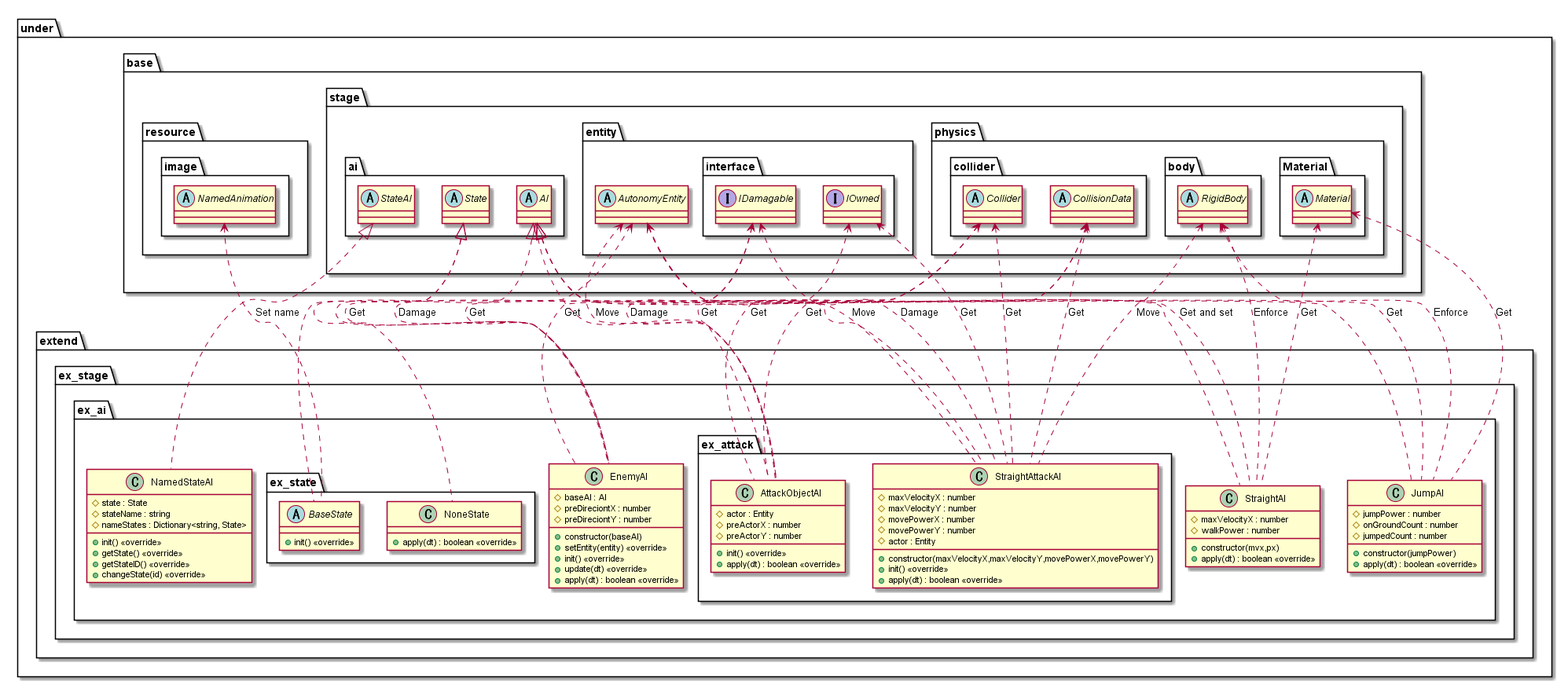
Before: out/uml/entity/ai/Extend/AIExtend.png, a diagram exported from PlantUML (Expine/Under).
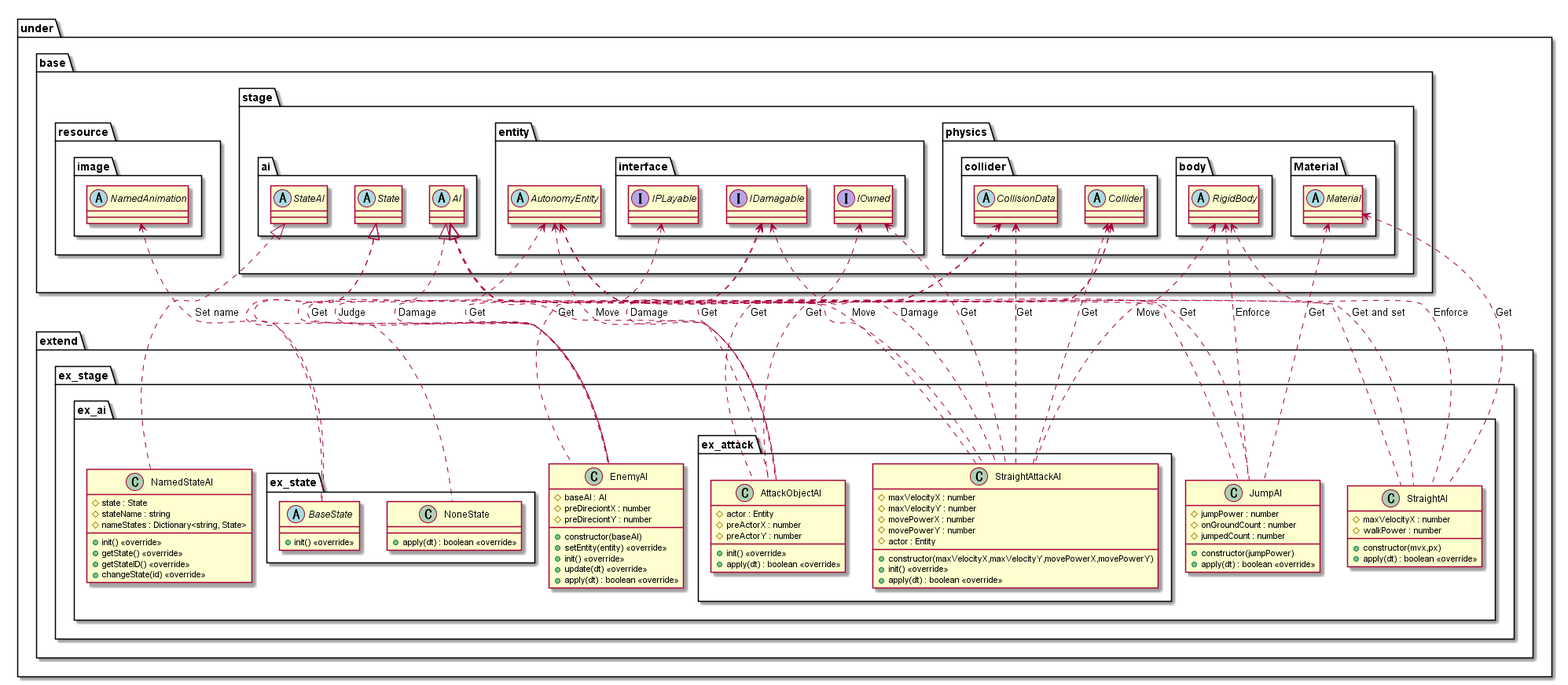
Above is the later version.

What changed in the source:
```diff
@@ -87,6 +87,7 @@
                 package interface {
                     interface IDamagable
                     interface IOwned
+                    interface IPLayable
                 }
             }
             package physics {
@@ -115,6 +116,7 @@
 Collider <.. EnemyAI : Get
 CollisionData <.. EnemyAI : Get
 IDamagable <.. EnemyAI : Damage
+IPLayable <.. EnemyAI : Judge
 
 NamedAnimation <.. BaseState : Set name
 
```
